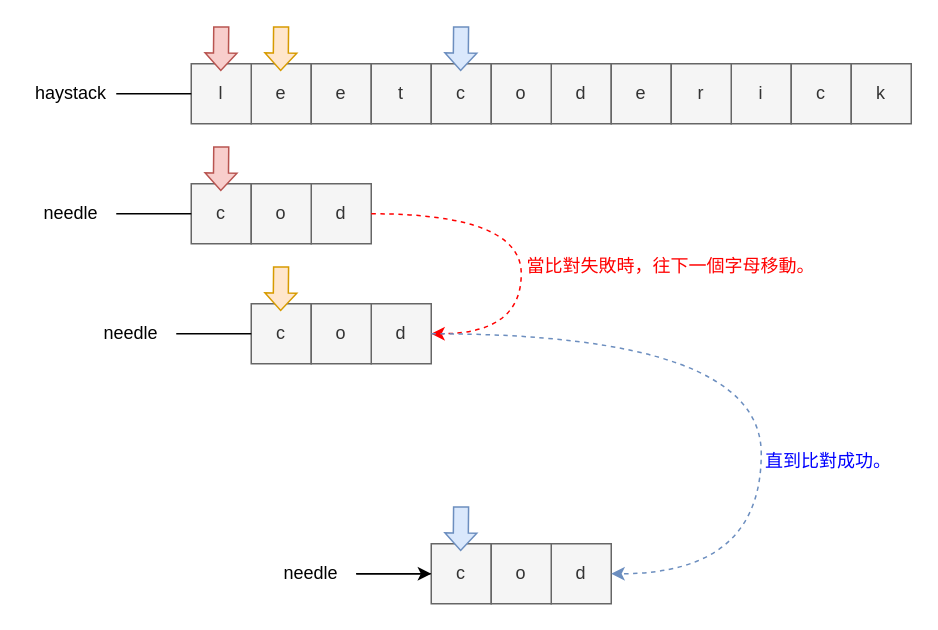
Above: page "第 1 页" (1 of 8) of docs/0028_find_the_index_of_the_first_occurrence_in_a_string.drawio in rickbsr/example-leetcode (draw.io), before the change. Source tidied: cells renumbered, new cells numbered last; positions are measured from the earlier drawing's top-left corner, leaving out a move shared by most shapes. Both pictures are drawn from the tidied source at 150%, with x=0, y=0 at pixel (26, 26).
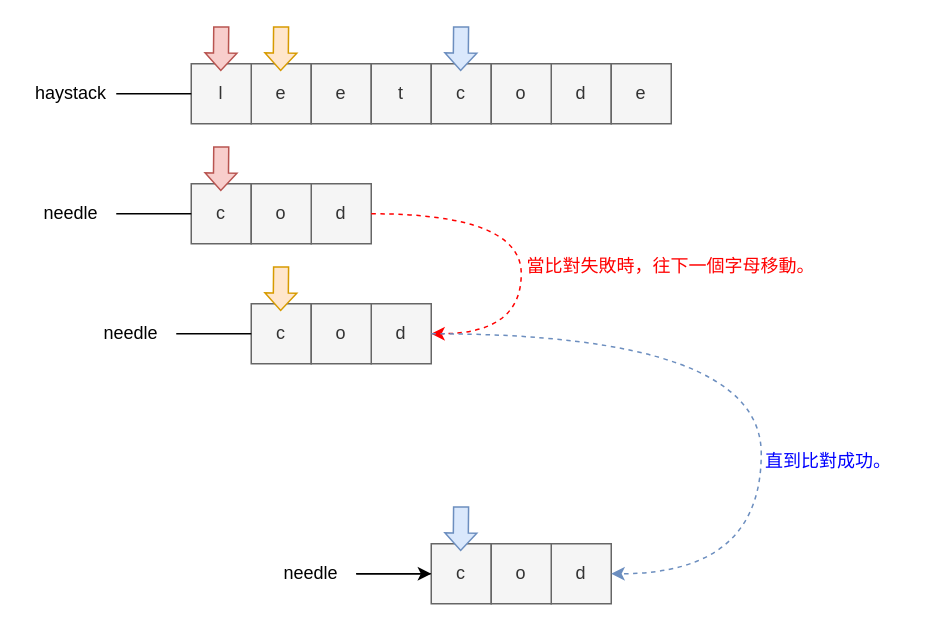
Above is the later version.

The edit, as a diff of the source:
```diff
@@
-    <mxCell id="6" value="i" style="rounded=0;whiteSpace=wrap;html=1;fillColor=#f5f5f5;fontColor=#333333;strokeColor=#666666;" parent="1" vertex="1">
-      <mxGeometry x="470" y="25" width="40" height="40" as="geometry" />
-    </mxCell>
-    <mxCell id="7" value="c" style="rounded=0;whiteSpace=wrap;html=1;fillColor=#f5f5f5;fontColor=#333333;strokeColor=#666666;" parent="1" vertex="1">
-      <mxGeometry x="510" y="25" width="40" height="40" as="geometry" />
-    </mxCell>
@@
-    <mxCell id="12" value="r" style="rounded=0;whiteSpace=wrap;html=1;fillColor=#f5f5f5;fontColor=#333333;strokeColor=#666666;" parent="1" vertex="1">
-      <mxGeometry x="430" y="25" width="40" height="40" as="geometry" />
-    </mxCell>
-    <mxCell id="13" value="k" style="rounded=0;whiteSpace=wrap;html=1;fillColor=#f5f5f5;fontColor=#333333;strokeColor=#666666;" parent="1" vertex="1">
-      <mxGeometry x="550" y="25" width="40" height="40" as="geometry" />
-    </mxCell>
```
